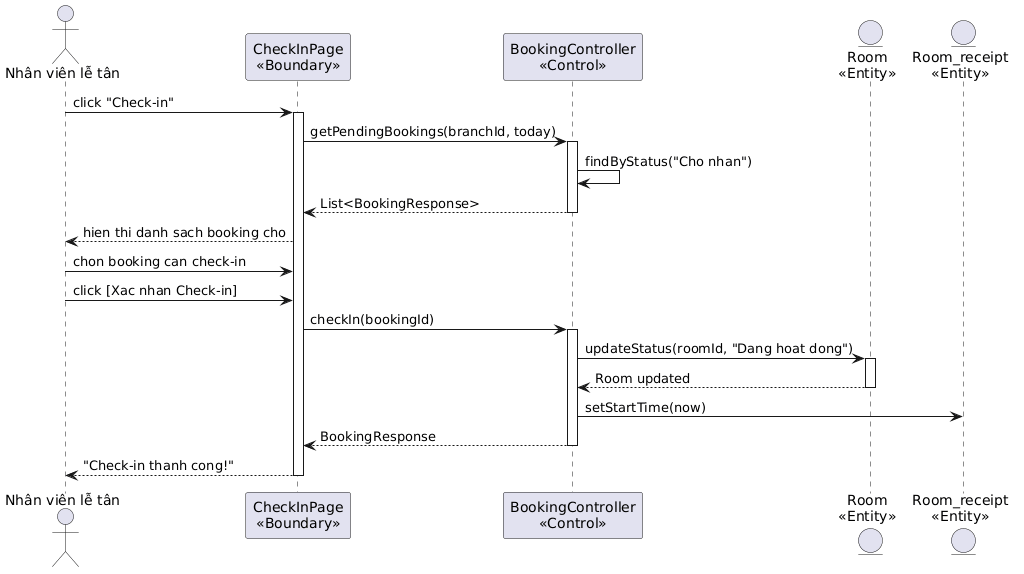
Earlier version of the PlantUML export output/diagrams/booking_seq_2.png (thanhtrnnn/cnpm).
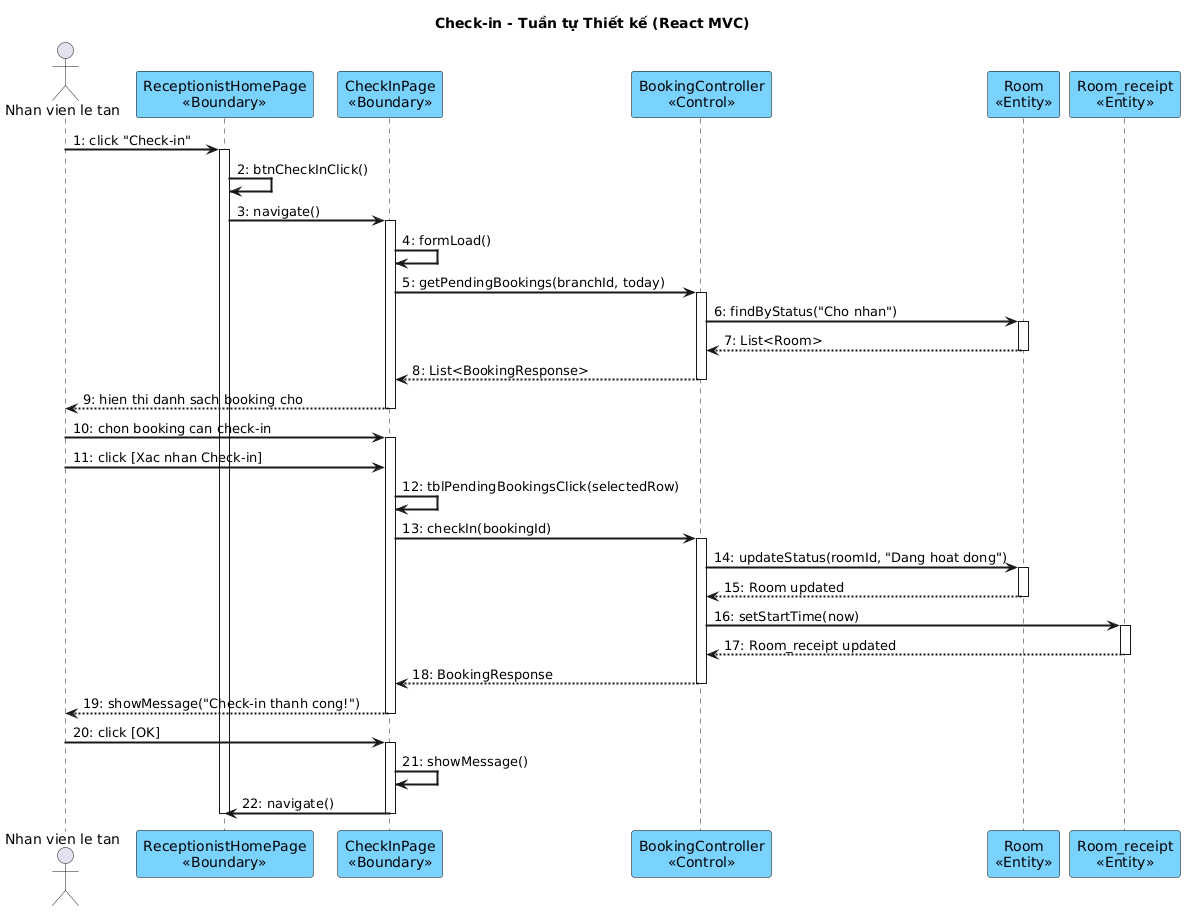
Later version of the same file.

Change to the diagram source:
```diff
@@ -1,30 +1,65 @@
 @startuml
-actor "Nhân viên lễ tân" as NV
-participant "CheckInPage\n<<Boundary>>" as CheckIn
+skinparam shadowing false
+skinparam SequenceMessageAlign left
+skinparam SequenceArrowThickness 2
+skinparam ParticipantBackgroundColor #7AD2FF
+skinparam ParticipantBorderColor black
+skinparam BoundaryBackgroundColor #7AD2FF
+skinparam BoundaryBorderColor black
+skinparam ControlBackgroundColor #7AD2FF
+skinparam ControlBorderColor black
+skinparam EntityBackgroundColor #7AD2FF
+skinparam EntityBorderColor black
+
+title Check-in - Tuần tự Thiết kế (React MVC)
+
+actor "Nhan vien le tan" as NV
+participant "ReceptionistHomePage\n<<Boundary>>" as Home
+participant "CheckInPage\n<<Boundary>>" as CIP
 participant "BookingController\n<<Control>>" as Ctrl
-entity "Room\n<<Entity>>" as Room
-entity "Room_receipt\n<<Entity>>" as RR
+participant "Room\n<<Entity>>" as Room
+participant "Room_receipt\n<<Entity>>" as RR
 
-NV -> CheckIn: click "Check-in"
-activate CheckIn
-CheckIn -> Ctrl: getPendingBookings(branchId, today)
+NV -> Home : 1: click "Check-in"
+activate Home
+Home -> Home : 2: btnCheckInClick()
+Home -> CIP : 3: navigate()
+activate CIP
+CIP -> CIP : 4: formLoad()
+CIP -> Ctrl : 5: getPendingBookings(branchId, today)
 activate Ctrl
-Ctrl -> Ctrl: findByStatus("Cho nhan")
-Ctrl --> CheckIn: List<BookingResponse>
+Ctrl -> Room : 6: findByStatus("Cho nhan")
+activate Room
+Room --> Ctrl : 7: List<Room>
+deactivate Room
+Ctrl --> CIP : 8: List<BookingResponse>
 deactivate Ctrl
-CheckIn --> NV: hien thi danh sach booking cho
+CIP --> NV : 9: hien thi danh sach booking cho
+deactivate CIP
 
-NV -> CheckIn: chon booking can check-in
-NV -> CheckIn: click [Xac nhan Check-in]
-CheckIn -> Ctrl: checkIn(bookingId)
+NV -> CIP : 10: chon booking can check-in
+activate CIP
+NV -> CIP : 11: click [Xac nhan Check-in]
+CIP -> CIP : 12: tblPendingBookingsClick(selectedRow)
+CIP -> Ctrl : 13: checkIn(bookingId)
 activate Ctrl
-Ctrl -> Room: updateStatus(roomId, "Dang hoat dong")
+Ctrl -> Room : 14: updateStatus(roomId, "Dang hoat dong")
 activate Room
-Room --> Ctrl: Room updated
+Room --> Ctrl : 15: Room updated
 deactivate Room
-Ctrl -> RR: setStartTime(now)
-Ctrl --> CheckIn: BookingResponse
+Ctrl -> RR : 16: setStartTime(now)
+activate RR
+RR --> Ctrl : 17: Room_receipt updated
+deactivate RR
+Ctrl --> CIP : 18: BookingResponse
 deactivate Ctrl
-CheckIn --> NV: "Check-in thanh cong!"
-deactivate CheckIn
+CIP --> NV : 19: showMessage("Check-in thanh cong!")
+deactivate CIP
+
+NV -> CIP : 20: click [OK]
+activate CIP
+CIP -> CIP : 21: showMessage()
+CIP -> Home : 22: navigate()
+deactivate CIP
+deactivate Home
 @enduml
```
